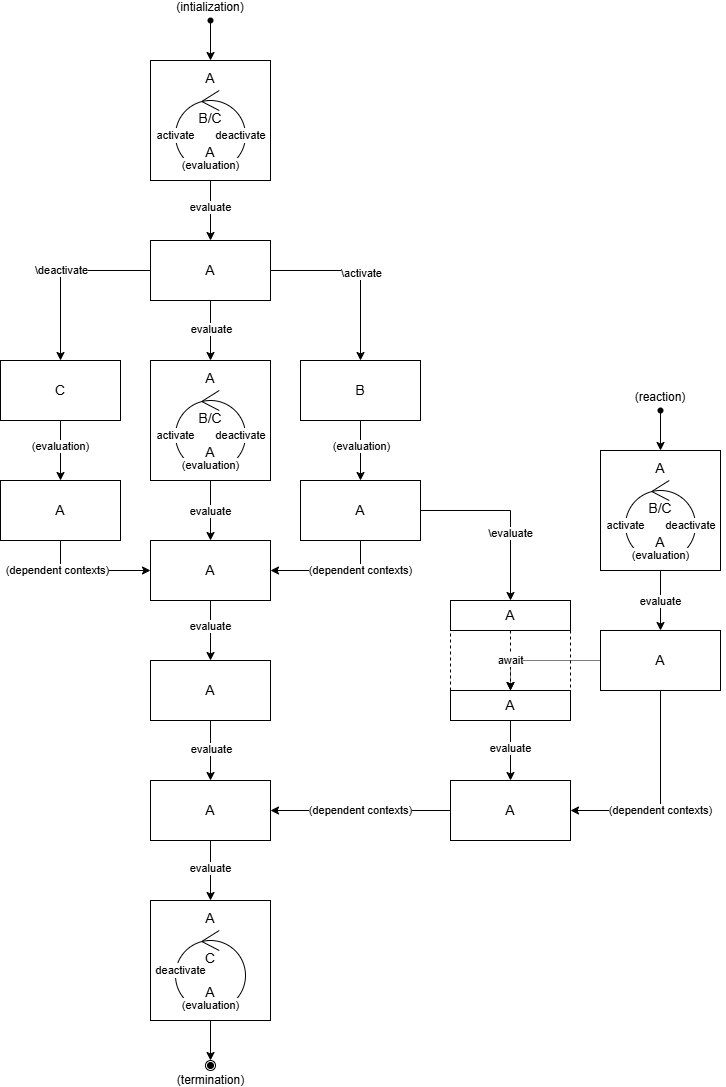
The draw.io diagram book/.gitbook/assets/Execution-Flow-Light.png in rede-org/general-intro-cp, before a commit. Source tidied: cells renumbered, new cells last; positions are measured from the earlier drawing's top-left corner, leaving out a move shared by most shapes.
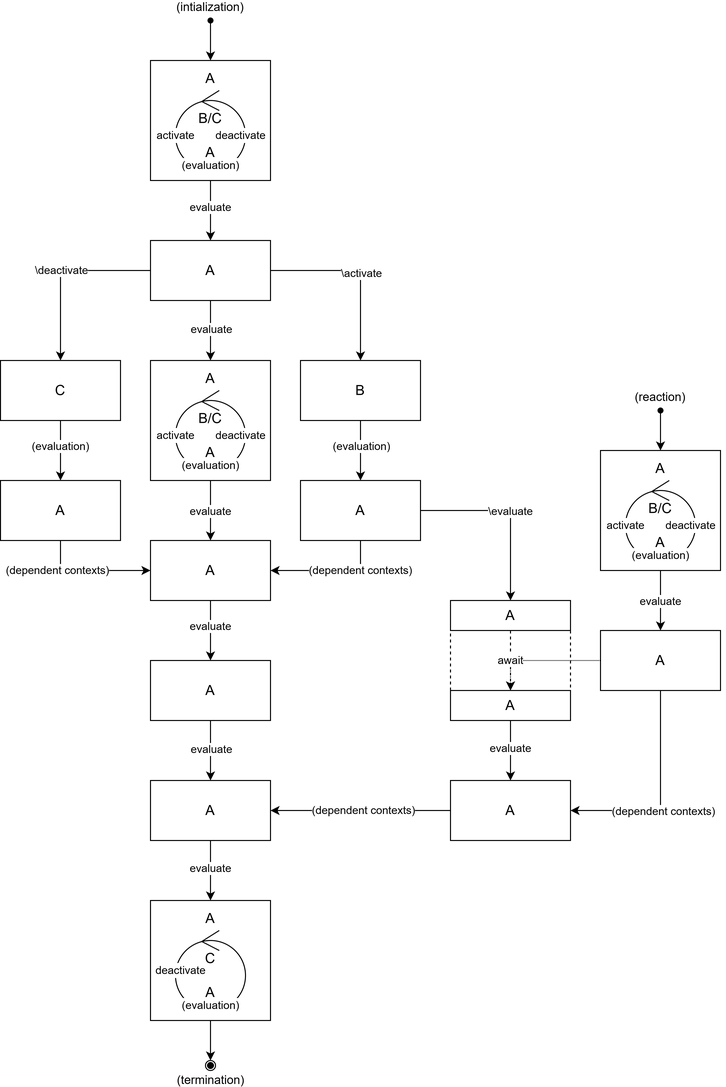
Later version of the same file.

Change to the diagram source:
```diff
@@ -8,7 +8,7 @@
     <mxCell id="3" style="edgeStyle=orthogonalEdgeStyle;rounded=0;jettySize=auto;html=1;" parent="1" edge="1" source="5" target="13">
       <mxGeometry relative="1" as="geometry" />
     </mxCell>
-    <mxCell id="4" value="evaluate" style="edgeLabel;html=1;align=center;verticalAlign=middle;" parent="3" vertex="1">
+    <mxCell id="4" value="evaluate" style="edgeLabel;html=1;align=center;verticalAlign=middle;labelBackgroundColor=default;" parent="3" vertex="1">
       <mxGeometry x="-0.12" y="3" relative="1" as="geometry">
         <mxPoint x="-3" as="offset" />
       </mxGeometry>
@@ -22,19 +22,19 @@
     <mxCell id="7" style="edgeStyle=orthogonalEdgeStyle;rounded=0;jettySize=auto;html=1;exitX=0;exitY=0.5;exitDx=0;exitDy=0;" parent="1" edge="1" source="13" target="16">
       <mxGeometry relative="1" as="geometry" />
     </mxCell>
-    <mxCell id="8" value="\deactivate" style="edgeLabel;html=1;align=center;verticalAlign=middle;" parent="7" vertex="1">
+    <mxCell id="8" value="\deactivate" style="edgeLabel;html=1;align=center;verticalAlign=middle;labelBackgroundColor=default;" parent="7" vertex="1">
       <mxGeometry x="-0.01" relative="1" as="geometry" />
     </mxCell>
     <mxCell id="9" style="edgeStyle=orthogonalEdgeStyle;rounded=0;jettySize=auto;html=1;exitX=1;exitY=0.5;exitDx=0;exitDy=0;" parent="1" edge="1" source="13" target="19">
       <mxGeometry relative="1" as="geometry" />
     </mxCell>
-    <mxCell id="10" value="\activate" style="edgeLabel;html=1;align=center;verticalAlign=middle;" parent="9" vertex="1">
+    <mxCell id="10" value="\activate" style="edgeLabel;html=1;align=center;verticalAlign=middle;labelBackgroundColor=default;" parent="9" vertex="1">
       <mxGeometry x="0.03" y="1" relative="1" as="geometry" />
     </mxCell>
     <mxCell id="11" style="edgeStyle=orthogonalEdgeStyle;rounded=0;jettySize=auto;html=1;exitX=0.5;exitY=1;exitDx=0;exitDy=0;entryX=0.5;entryY=0;entryDx=0;entryDy=0;" parent="1" edge="1" source="13" target="20">
       <mxGeometry relative="1" as="geometry" />
     </mxCell>
-    <mxCell id="12" value="evaluate" style="edgeLabel;html=1;align=center;verticalAlign=middle;" parent="11" vertex="1">
+    <mxCell id="12" value="evaluate" style="edgeLabel;html=1;align=center;verticalAlign=middle;labelBackgroundColor=default;" parent="11" vertex="1">
       <mxGeometry x="-0.04" y="1" relative="1" as="geometry" />
     </mxCell>
     <mxCell id="13" value="&lt;font style=&quot;font-size: 14px;&quot;&gt;A&lt;/font&gt;" style="whiteSpace=wrap;html=1;rounded=0;" parent="1" vertex="1">
@@ -43,7 +43,7 @@
     <mxCell id="14" style="edgeStyle=orthogonalEdgeStyle;rounded=0;jettySize=auto;html=1;" parent="1" edge="1" source="16" target="26">
       <mxGeometry relative="1" as="geometry" />
     </mxCell>
-    <mxCell id="15" value="(evaluation)" style="edgeLabel;html=1;align=center;verticalAlign=middle;" parent="14" vertex="1">
+    <mxCell id="15" value="(evaluation)" style="edgeLabel;html=1;align=center;verticalAlign=middle;labelBackgroundColor=default;" parent="14" vertex="1">
       <mxGeometry x="-0.13" y="1" relative="1" as="geometry">
         <mxPoint x="-1" as="offset" />
       </mxGeometry>
@@ -54,7 +54,7 @@
     <mxCell id="17" style="edgeStyle=orthogonalEdgeStyle;rounded=0;jettySize=auto;html=1;" parent="1" edge="1" source="19" target="31">
       <mxGeometry relative="1" as="geometry" />
     </mxCell>
-    <mxCell id="18" value="(evaluation)" style="edgeLabel;html=1;align=center;verticalAlign=middle;" parent="17" vertex="1">
+    <mxCell id="18" value="(evaluation)" style="edgeLabel;html=1;align=center;verticalAlign=middle;labelBackgroundColor=default;" parent="17" vertex="1">
       <mxGeometry x="-0.13" y="1" relative="1" as="geometry" />
     </mxCell>
     <mxCell id="19" value="&lt;font style=&quot;font-size: 14px;&quot;&gt;B&lt;/font&gt;" style="whiteSpace=wrap;html=1;rounded=0;" parent="1" vertex="1">
@@ -66,7 +66,7 @@
     <mxCell id="21" style="edgeStyle=orthogonalEdgeStyle;rounded=0;jettySize=auto;html=1;" parent="1" edge="1" source="20" target="34">
       <mxGeometry relative="1" as="geometry" />
     </mxCell>
-    <mxCell id="22" value="evaluate" style="edgeLabel;html=1;align=center;verticalAlign=middle;" parent="21" vertex="1">
+    <mxCell id="22" value="evaluate" style="edgeLabel;html=1;align=center;verticalAlign=middle;labelBackgroundColor=default;" parent="21" vertex="1">
       <mxGeometry x="-0.03" y="-1" relative="1" as="geometry">
         <mxPoint x="1" y="1" as="offset" />
       </mxGeometry>
@@ -77,7 +77,7 @@
     <mxCell id="24" style="edgeStyle=orthogonalEdgeStyle;rounded=0;jettySize=auto;html=1;exitX=0.5;exitY=1;exitDx=0;exitDy=0;entryX=0;entryY=0.5;entryDx=0;entryDy=0;" parent="1" edge="1" source="26" target="34">
       <mxGeometry relative="1" as="geometry" />
     </mxCell>
-    <mxCell id="25" value="(dependent contexts)" style="edgeLabel;html=1;align=center;verticalAlign=middle;" parent="24" vertex="1">
+    <mxCell id="25" value="(dependent contexts)" style="edgeLabel;html=1;align=center;verticalAlign=middle;labelBackgroundColor=default;" parent="24" vertex="1">
       <mxGeometry x="-0.51" y="-3" relative="1" as="geometry" />
     </mxCell>
     <mxCell id="26" value="&lt;font style=&quot;font-size: 14px;&quot;&gt;A&lt;/font&gt;" style="whiteSpace=wrap;html=1;rounded=0;" parent="1" vertex="1">
@@ -86,7 +86,7 @@
     <mxCell id="27" style="edgeStyle=orthogonalEdgeStyle;rounded=0;jettySize=auto;html=1;exitX=0.5;exitY=1;exitDx=0;exitDy=0;entryX=1;entryY=0.5;entryDx=0;entryDy=0;" parent="1" edge="1" source="31" target="34">
       <mxGeometry relative="1" as="geometry" />
     </mxCell>
-    <mxCell id="28" value="(dependent contexts)" style="edgeLabel;html=1;align=center;verticalAlign=middle;" parent="27" vertex="1">
+    <mxCell id="28" value="(dependent contexts)" style="edgeLabel;html=1;align=center;verticalAlign=middle;labelBackgroundColor=default;" parent="27" vertex="1">
       <mxGeometry x="-0.5" y="1" relative="1" as="geometry">
         <mxPoint y="-1" as="offset" />
       </mxGeometry>
@@ -94,8 +94,10 @@
     <mxCell id="29" style="edgeStyle=orthogonalEdgeStyle;rounded=0;jettySize=auto;html=1;exitX=1;exitY=0.5;exitDx=0;exitDy=0;entryX=0.5;entryY=0;entryDx=0;entryDy=0;" parent="1" edge="1" source="31" target="52">
       <mxGeometry relative="1" as="geometry" />
     </mxCell>
-    <mxCell id="30" value="\evaluate" style="edgeLabel;html=1;align=center;verticalAlign=middle;" parent="29" vertex="1">
-      <mxGeometry x="0.25" relative="1" as="geometry" />
+    <mxCell id="30" value="\evaluate" style="edgeLabel;html=1;align=center;verticalAlign=middle;labelBackgroundColor=default;" parent="29" vertex="1">
+      <mxGeometry x="0.25" relative="1" as="geometry">
+        <mxPoint y="-22" as="offset" />
+      </mxGeometry>
     </mxCell>
     <mxCell id="31" value="&lt;font style=&quot;font-size: 14px;&quot;&gt;A&lt;/font&gt;" style="whiteSpace=wrap;html=1;rounded=0;" parent="1" vertex="1">
       <mxGeometry x="300" y="470" width="120" height="60" as="geometry" />
@@ -103,7 +105,7 @@
     <mxCell id="32" style="edgeStyle=orthogonalEdgeStyle;rounded=0;jettySize=auto;html=1;" parent="1" edge="1" source="34" target="37">
       <mxGeometry relative="1" as="geometry" />
     </mxCell>
-    <mxCell id="33" value="evaluate" style="edgeLabel;html=1;align=center;verticalAlign=middle;" parent="32" vertex="1">
+    <mxCell id="33" value="evaluate" style="edgeLabel;html=1;align=center;verticalAlign=middle;labelBackgroundColor=default;" parent="32" vertex="1">
       <mxGeometry x="-0.13" relative="1" as="geometry" />
     </mxCell>
     <mxCell id="34" value="&lt;font style=&quot;font-size: 14px;&quot;&gt;A&lt;/font&gt;" style="whiteSpace=wrap;html=1;rounded=0;" parent="1" vertex="1">
@@ -112,7 +114,7 @@
     <mxCell id="35" style="edgeStyle=orthogonalEdgeStyle;rounded=0;jettySize=auto;html=1;" parent="1" edge="1" source="37" target="61">
       <mxGeometry relative="1" as="geometry" />
     </mxCell>
-    <mxCell id="36" value="evaluate" style="edgeLabel;html=1;align=center;verticalAlign=middle;" parent="35" vertex="1">
+    <mxCell id="36" value="evaluate" style="edgeLabel;html=1;align=center;verticalAlign=middle;labelBackgroundColor=default;" parent="35" vertex="1">
       <mxGeometry x="-0.07" y="1" relative="1" as="geometry" />
     </mxCell>
     <mxCell id="37" value="&lt;font style=&quot;font-size: 14px;&quot;&gt;A&lt;/font&gt;" style="whiteSpace=wrap;html=1;rounded=0;" parent="1" vertex="1">
@@ -130,7 +132,7 @@
     <mxCell id="41" style="edgeStyle=orthogonalEdgeStyle;rounded=0;jettySize=auto;html=1;" parent="1" edge="1" source="40" target="49">
       <mxGeometry relative="1" as="geometry" />
     </mxCell>
-    <mxCell id="42" value="evaluate" style="edgeLabel;html=1;align=center;verticalAlign=middle;" parent="41" vertex="1">
+    <mxCell id="42" value="evaluate" style="edgeLabel;html=1;align=center;verticalAlign=middle;labelBackgroundColor=default;" parent="41" vertex="1">
       <mxGeometry x="-0.08" y="-1" relative="1" as="geometry">
         <mxPoint x="1" y="3" as="offset" />
       </mxGeometry>
@@ -150,9 +152,9 @@
     <mxCell id="47" style="edgeStyle=orthogonalEdgeStyle;rounded=0;jettySize=auto;html=1;exitX=0.5;exitY=1;exitDx=0;exitDy=0;entryX=1;entryY=0.5;entryDx=0;entryDy=0;" parent="1" edge="1" source="49" target="58">
       <mxGeometry relative="1" as="geometry" />
     </mxCell>
-    <mxCell id="48" value="(dependent contexts)" style="edgeLabel;html=1;align=center;verticalAlign=middle;" parent="47" vertex="1">
+    <mxCell id="48" value="(dependent contexts)" style="edgeLabel;html=1;align=center;verticalAlign=middle;labelBackgroundColor=default;" parent="47" vertex="1">
       <mxGeometry x="0.14" y="4" relative="1" as="geometry">
-        <mxPoint y="-4" as="offset" />
+        <mxPoint x="3" y="-3" as="offset" />
       </mxGeometry>
     </mxCell>
     <mxCell id="49" value="&lt;font style=&quot;font-size: 14px;&quot;&gt;A&lt;/font&gt;" style="whiteSpace=wrap;html=1;rounded=0;" parent="1" vertex="1">
@@ -161,7 +163,7 @@
     <mxCell id="50" style="edgeStyle=orthogonalEdgeStyle;rounded=0;jettySize=auto;html=1;dashed=1;" parent="1" edge="1" source="52" target="55">
       <mxGeometry relative="1" as="geometry" />
     </mxCell>
-    <mxCell id="51" value="await" style="edgeLabel;html=1;align=center;verticalAlign=middle;" parent="50" vertex="1">
+    <mxCell id="51" value="await" style="edgeLabel;html=1;align=center;verticalAlign=middle;labelBackgroundColor=default;" parent="50" vertex="1">
       <mxGeometry x="-0.12" y="1" relative="1" as="geometry">
         <mxPoint x="-1" y="3" as="offset" />
       </mxGeometry>
@@ -172,7 +174,7 @@
     <mxCell id="53" style="edgeStyle=orthogonalEdgeStyle;rounded=0;jettySize=auto;html=1;" parent="1" edge="1" source="55" target="58">
       <mxGeometry relative="1" as="geometry" />
     </mxCell>
-    <mxCell id="54" value="evaluate" style="edgeLabel;html=1;align=center;verticalAlign=middle;" parent="53" vertex="1">
+    <mxCell id="54" value="evaluate" style="edgeLabel;html=1;align=center;verticalAlign=middle;labelBackgroundColor=default;" parent="53" vertex="1">
       <mxGeometry x="-0.08" y="1" relative="1" as="geometry">
         <mxPoint x="-1" as="offset" />
       </mxGeometry>
@@ -183,10 +185,8 @@
     <mxCell id="56" style="edgeStyle=orthogonalEdgeStyle;rounded=0;jettySize=auto;html=1;exitX=0;exitY=0.5;exitDx=0;exitDy=0;entryX=1;entryY=0.5;entryDx=0;entryDy=0;" parent="1" edge="1" source="58" target="61">
       <mxGeometry relative="1" as="geometry" />
     </mxCell>
-    <mxCell id="57" value="(dependent contexts)" style="edgeLabel;html=1;align=center;verticalAlign=middle;" parent="56" vertex="1">
-      <mxGeometry x="-0.03" relative="1" as="geometry">
-        <mxPoint x="-3" as="offset" />
-      </mxGeometry>
+    <mxCell id="57" value="(dependent contexts)" style="edgeLabel;html=1;align=center;verticalAlign=middle;labelBackgroundColor=default;" parent="56" vertex="1">
+      <mxGeometry x="-0.03" relative="1" as="geometry" />
     </mxCell>
     <mxCell id="58" value="&lt;font style=&quot;font-size: 14px;&quot;&gt;A&lt;/font&gt;" style="whiteSpace=wrap;html=1;rounded=0;" parent="1" vertex="1">
       <mxGeometry x="450" y="770" width="120" height="60" as="geometry" />
@@ -194,7 +194,7 @@
     <mxCell id="59" style="edgeStyle=orthogonalEdgeStyle;rounded=0;jettySize=auto;html=1;" parent="1" edge="1" source="61" target="62">
       <mxGeometry relative="1" as="geometry" />
     </mxCell>
-    <mxCell id="60" value="evaluate" style="edgeLabel;html=1;align=center;verticalAlign=middle;" parent="59" vertex="1">
+    <mxCell id="60" value="evaluate" style="edgeLabel;html=1;align=center;verticalAlign=middle;labelBackgroundColor=default;" parent="59" vertex="1">
       <mxGeometry x="-0.08" relative="1" as="geometry" />
     </mxCell>
     <mxCell id="61" value="&lt;font style=&quot;font-size: 14px;&quot;&gt;A&lt;/font&gt;" style="whiteSpace=wrap;html=1;rounded=0;" parent="1" vertex="1">
```
